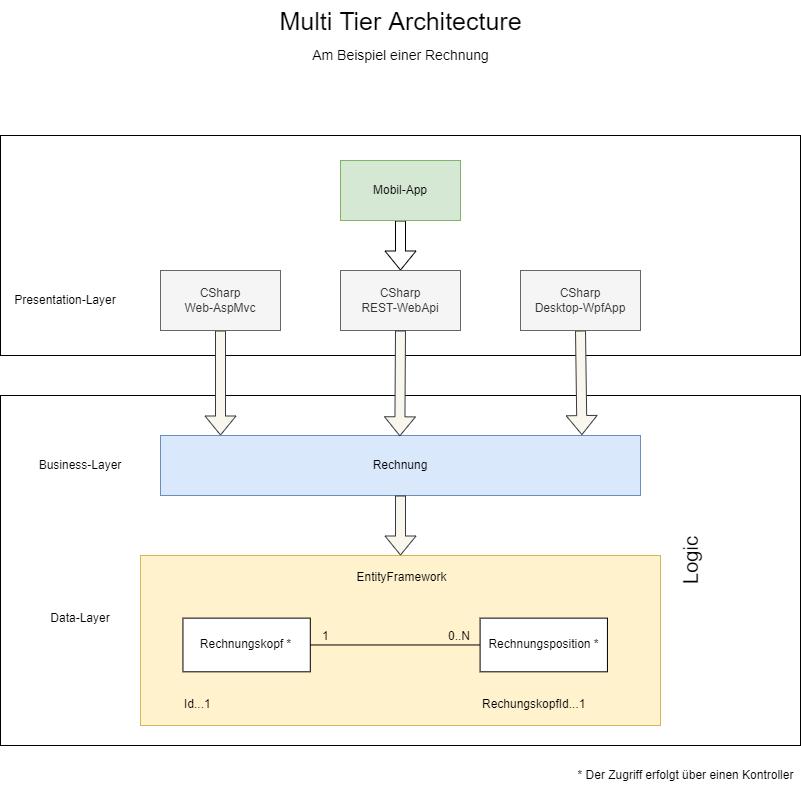
Above: MultiTierArchitecture.png in Nydery/CSSoftwareEngineering-QuickTemplate (draw.io), before the change. Source tidied: cells renumbered, new cells last; positions are measured from the earlier drawing's top-left corner, leaving out a move shared by most shapes.
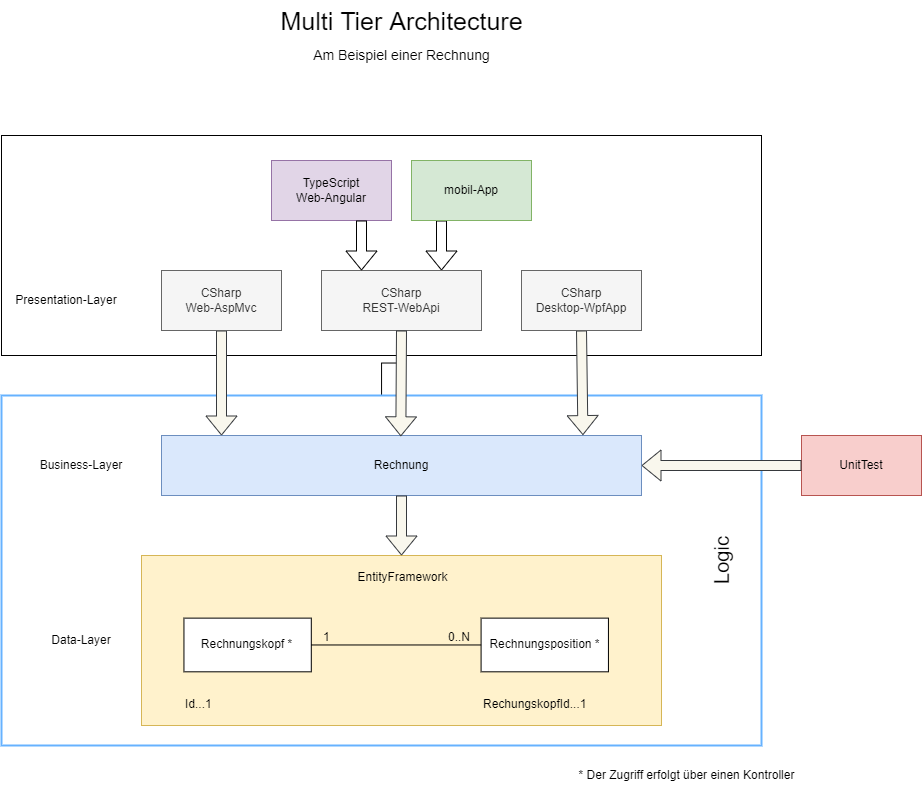
Above is the later version.

Commit message:
Further multi tier documentation.

What changed in the source:
```diff
@@ -3,10 +3,13 @@
     <mxCell id="0" />
     <mxCell id="1" parent="0" />
     <mxCell id="2" style="rounded=0;whiteSpace=wrap;html=1;" parent="1" vertex="1">
-      <mxGeometry y="135" width="800" height="220" as="geometry" />
+      <mxGeometry y="135" width="760" height="220" as="geometry" />
     </mxCell>
+    <mxCell id="32" style="edgeStyle=orthogonalEdgeStyle;rounded=0;jettySize=auto;html=1;" parent="1" edge="1" source="3" target="28">
+      <mxGeometry relative="1" as="geometry" />
+    </mxCell>
-    <mxCell id="3" style="rounded=0;whiteSpace=wrap;html=1;fillColor=none;" parent="1" vertex="1">
-      <mxGeometry y="395" width="800" height="350" as="geometry" />
+    <mxCell id="3" style="rounded=0;whiteSpace=wrap;html=1;fillColor=none;strokeWidth=2;strokeColor=#66B2FF;" parent="1" vertex="1">
+      <mxGeometry y="395" width="760" height="350" as="geometry" />
     </mxCell>
     <mxCell id="4" style="group;fillColor=#fff2cc;strokeColor=#d6b656;" parent="1" vertex="1">
       <mxGeometry x="140" y="555" width="520" height="170" as="geometry" />
@@ -53,14 +56,14 @@
         <mxPoint x="220" y="435" as="targetPoint" />
       </mxGeometry>
     </mxCell>
-    <mxCell id="17" style="shape=flexArrow;endArrow=classic;html=1;rounded=0;" parent="1" edge="1" source="23" target="28">
+    <mxCell id="17" style="shape=flexArrow;endArrow=classic;html=1;rounded=0;exitX=0.25;exitY=1;exitDx=0;exitDy=0;entryX=0.75;entryY=0;entryDx=0;entryDy=0;" parent="1" edge="1" source="37" target="28">
       <mxGeometry relative="1" as="geometry" />
     </mxCell>
     <mxCell id="18" style="shape=flexArrow;endArrow=classic;html=1;rounded=0;exitX=0.5;exitY=1;exitDx=0;exitDy=0;entryX=0.878;entryY=-0.007;entryDx=0;entryDy=0;entryPerimeter=0;fillColor=#f9f7ed;strokeColor=#36393d;" parent="1" edge="1" source="24" target="14">
       <mxGeometry relative="1" as="geometry" />
     </mxCell>
     <mxCell id="19" value="Data-Layer" style="text;html=1;strokeColor=none;fillColor=none;align=center;verticalAlign=middle;whiteSpace=wrap;rounded=0;" parent="1" vertex="1">
-      <mxGeometry x="40" y="602.5" width="80" height="30" as="geometry" />
+      <mxGeometry x="40" y="625" width="80" height="30" as="geometry" />
     </mxCell>
     <mxCell id="20" value="Business-Layer" style="text;html=1;strokeColor=none;fillColor=none;align=center;verticalAlign=middle;whiteSpace=wrap;rounded=0;" parent="1" vertex="1">
       <mxGeometry x="35" y="450" width="90" height="30" as="geometry" />
@@ -71,14 +74,11 @@
     <mxCell id="22" value="CSharp&lt;br&gt;Web-AspMvc" style="rounded=0;whiteSpace=wrap;html=1;fillColor=#f5f5f5;fontColor=#333333;strokeColor=#666666;" parent="1" vertex="1">
       <mxGeometry x="160" y="270" width="120" height="60" as="geometry" />
     </mxCell>
-    <mxCell id="23" value="Mobil-App" style="rounded=0;whiteSpace=wrap;html=1;fillColor=#d5e8d4;strokeColor=#82b366;" parent="1" vertex="1">
-      <mxGeometry x="340" y="160" width="120" height="60" as="geometry" />
-    </mxCell>
     <mxCell id="24" value="CSharp&lt;br&gt;Desktop-WpfApp" style="rounded=0;whiteSpace=wrap;html=1;fillColor=#f5f5f5;fontColor=#333333;strokeColor=#666666;" parent="1" vertex="1">
       <mxGeometry x="520" y="270" width="120" height="60" as="geometry" />
     </mxCell>
     <mxCell id="25" value="Logic" style="text;html=1;strokeColor=none;fillColor=none;align=center;verticalAlign=middle;whiteSpace=wrap;rounded=0;rotation=-90;fontSize=20;fontStyle=0;" parent="1" vertex="1">
-      <mxGeometry x="640" y="545" width="100" height="30" as="geometry" />
+      <mxGeometry x="670" y="545" width="100" height="30" as="geometry" />
     </mxCell>
     <mxCell id="26" value="Multi Tier Architecture" style="text;html=1;align=center;verticalAlign=middle;strokeColor=none;fillColor=none;fontSize=25;" parent="1" vertex="1">
       <mxGeometry x="270" width="260" height="40" as="geometry" />
@@ -87,7 +87,7 @@
       <mxGeometry x="305" y="45" width="190" height="20" as="geometry" />
     </mxCell>
     <mxCell id="28" value="CSharp&lt;br&gt;REST-WebApi" style="rounded=0;whiteSpace=wrap;html=1;fillColor=#f5f5f5;fontColor=#333333;strokeColor=#666666;" parent="1" vertex="1">
-      <mxGeometry x="340" y="270" width="120" height="60" as="geometry" />
+      <mxGeometry x="320" y="270" width="160" height="60" as="geometry" />
     </mxCell>
     <mxCell id="29" style="edgeStyle=orthogonalEdgeStyle;rounded=0;orthogonalLoop=1;jettySize=auto;html=1;exitX=0.5;exitY=1;exitDx=0;exitDy=0;" parent="1" edge="1" source="24" target="24">
       <mxGeometry relative="1" as="geometry" />
@@ -100,5 +100,20 @@
     <mxCell id="31" value="* Der Zugriff erfolgt über einen Kontroller" style="text;html=1;align=center;verticalAlign=middle;strokeColor=none;fillColor=none;" parent="1" vertex="1">
       <mxGeometry x="570" y="765" width="230" height="20" as="geometry" />
     </mxCell>
+    <mxCell id="33" value="TypeScript&lt;br&gt;Web-Angular" style="rounded=0;whiteSpace=wrap;html=1;fillColor=#e1d5e7;strokeColor=#9673a6;" parent="1" vertex="1">
+      <mxGeometry x="270" y="160" width="120" height="60" as="geometry" />
+    </mxCell>
+    <mxCell id="34" style="shape=flexArrow;endArrow=classic;html=1;rounded=0;entryX=0.25;entryY=0;entryDx=0;entryDy=0;exitX=0.75;exitY=1;exitDx=0;exitDy=0;" parent="1" edge="1" source="33" target="28">
+      <mxGeometry relative="1" as="geometry" />
+    </mxCell>
+    <mxCell id="35" value="UnitTest" style="rounded=0;whiteSpace=wrap;html=1;fillColor=#f8cecc;strokeColor=#b85450;" parent="1" vertex="1">
+      <mxGeometry x="800" y="435" width="120" height="60" as="geometry" />
+    </mxCell>
+    <mxCell id="36" style="shape=flexArrow;endArrow=classic;html=1;rounded=0;exitX=0;exitY=0.5;exitDx=0;exitDy=0;fillColor=#f9f7ed;strokeColor=#36393d;" parent="1" edge="1" source="35" target="14">
+      <mxGeometry relative="1" as="geometry" />
+    </mxCell>
+    <mxCell id="37" value="mobil-App" style="rounded=0;whiteSpace=wrap;html=1;fillColor=#D5E8D4;strokeColor=#82b366;" parent="1" vertex="1">
+      <mxGeometry x="410" y="160" width="120" height="60" as="geometry" />
+    </mxCell>
   </root>
 </mxGraphModel>
```
